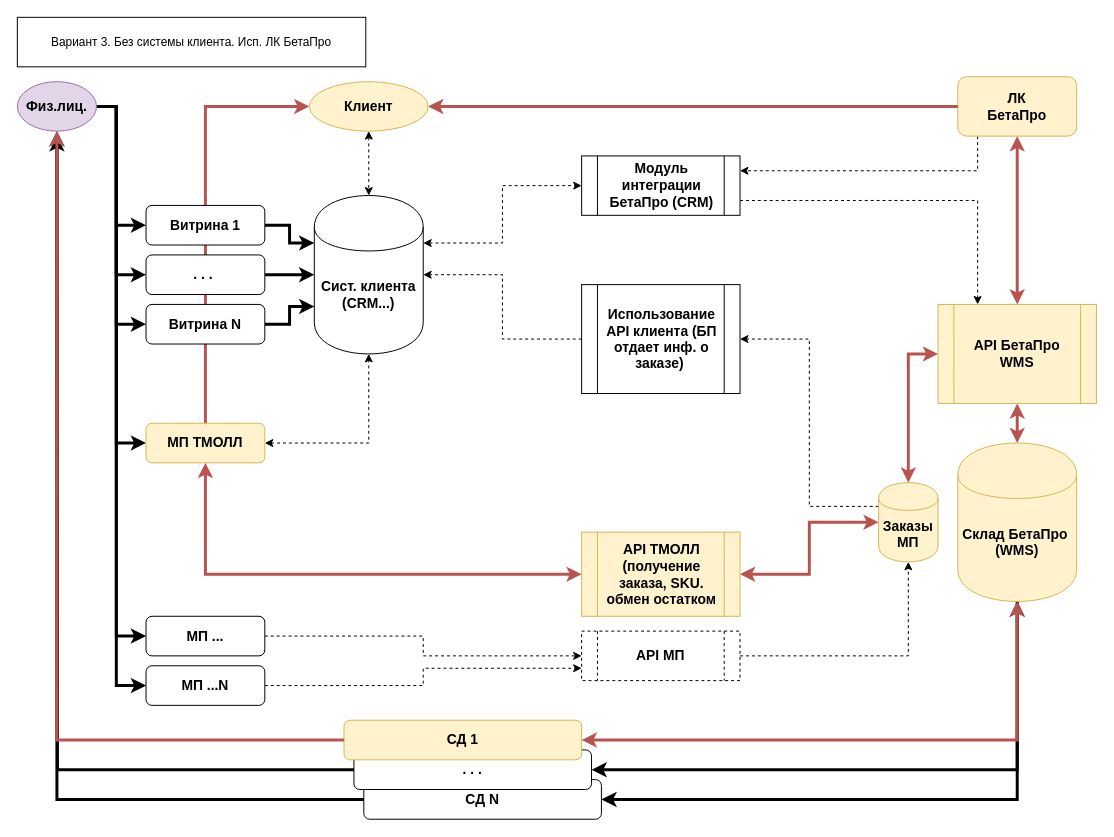
Earlier version of the draw.io diagram page "Ex_NOSYS_CL" (3 of 5) of diag_1.drawio (BetaproRep/DOC_1). Source tidied: cells renumbered, new cells numbered last; positions are measured from the earlier drawing's top-left corner, leaving out a move shared by most shapes. Both pictures are drawn from the tidied source at 99%, with x=0, y=0 at pixel (17, 17).
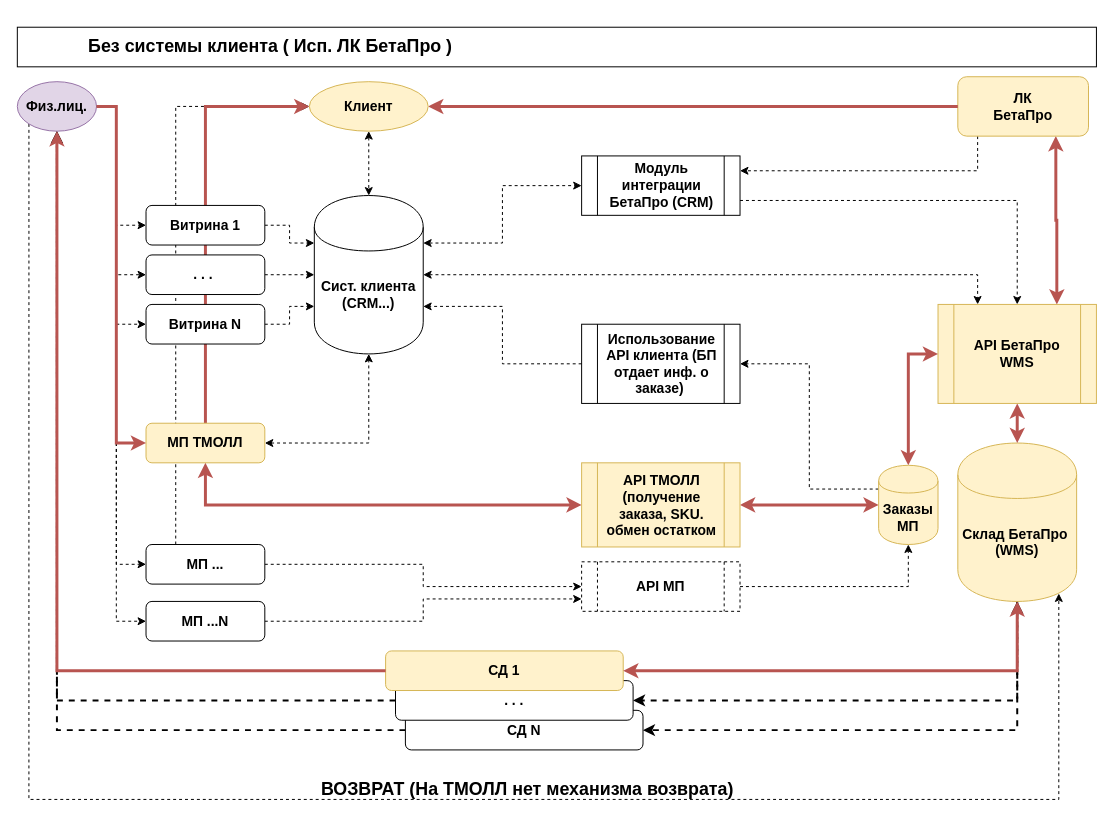
The same page after the edit.

The change refers to these unchanged cells:
```xml
<mxCell id="10" value="&lt;font style=&quot;font-size: 14px&quot;&gt;&lt;b&gt;Сист. клиента (CRM...)&lt;/b&gt;&lt;/font&gt;" style="shape=cylinder;whiteSpace=wrap;html=1;boundedLbl=1;backgroundOutline=1;" parent="1" vertex="1">
  <mxGeometry x="300" y="180" width="110" height="160" as="geometry" />
</mxCell>
<mxCell id="16" value="&lt;font style=&quot;font-size: 14px&quot;&gt;&lt;b&gt;Склад&amp;nbsp;&lt;/b&gt;&lt;b&gt;БетаПро&amp;nbsp;&lt;br&gt;(WMS)&lt;/b&gt;&lt;/font&gt;" style="shape=cylinder;whiteSpace=wrap;html=1;boundedLbl=1;backgroundOutline=1;fillColor=#fff2cc;strokeColor=#d6b656;" parent="1" vertex="1">
  <mxGeometry x="950" y="430" width="120" height="160" as="geometry" />
</mxCell>
<mxCell id="23" value="&lt;b&gt;&lt;font style=&quot;font-size: 14px&quot;&gt;МП ТМОЛЛ&lt;/font&gt;&lt;/b&gt;" style="shape=ext;rounded=1;html=1;whiteSpace=wrap;fillColor=#fff2cc;strokeColor=#d6b656;" parent="1" vertex="1">
  <mxGeometry x="130" y="410" width="120" height="40" as="geometry" />
</mxCell>
<mxCell id="25" value="&lt;span style=&quot;font-size: 14px ; white-space: normal&quot;&gt;&lt;b&gt;API БетаПро &lt;br&gt;WMS&lt;/b&gt;&lt;/span&gt;" style="shape=process;whiteSpace=wrap;html=1;backgroundOutline=1;align=center;fillColor=#fff2cc;strokeColor=#d6b656;" parent="1" vertex="1">
  <mxGeometry x="930" y="290" width="160" height="100" as="geometry" />
</mxCell>
<mxCell id="27" value="&lt;font style=&quot;font-size: 14px&quot;&gt;&lt;b&gt;Витрина N&lt;/b&gt;&lt;/font&gt;" style="shape=ext;rounded=1;html=1;whiteSpace=wrap;" parent="1" vertex="1">
  <mxGeometry x="130" y="290" width="120" height="40" as="geometry" />
</mxCell>
<mxCell id="33" value="&lt;div style=&quot;text-align: center&quot;&gt;&lt;span style=&quot;font-size: 14px&quot;&gt;&lt;b&gt;Модуль интеграции БетаПро (CRM)&lt;/b&gt;&lt;/span&gt;&lt;/div&gt;" style="shape=process;whiteSpace=wrap;html=1;backgroundOutline=1;align=left;" parent="1" vertex="1">
  <mxGeometry x="570" y="140" width="160" height="60" as="geometry" />
</mxCell>
<mxCell id="40" value="&lt;b&gt;&lt;font style=&quot;font-size: 14px&quot;&gt;Клиент&lt;/font&gt;&lt;/b&gt;" style="ellipse;whiteSpace=wrap;html=1;fillColor=#fff2cc;strokeColor=#d6b656;" parent="1" vertex="1">
  <mxGeometry x="295" y="65" width="120" height="50" as="geometry" />
</mxCell>
<mxCell id="41" value="&lt;b&gt;&lt;font style=&quot;font-size: 14px&quot;&gt;Физ.лиц.&lt;/font&gt;&lt;/b&gt;" style="ellipse;whiteSpace=wrap;html=1;fillColor=#e1d5e7;strokeColor=#9673a6;" parent="1" vertex="1">
  <mxGeometry y="65" width="80" height="50" as="geometry" />
</mxCell>
<mxCell id="50" value="&lt;font style=&quot;font-size: 14px&quot;&gt;&lt;b&gt;. . .&amp;nbsp;&lt;/b&gt;&lt;/font&gt;" style="shape=ext;rounded=1;html=1;whiteSpace=wrap;" parent="1" vertex="1">
  <mxGeometry x="130" y="240" width="120" height="40" as="geometry" />
</mxCell>
<mxCell id="51" value="&lt;font style=&quot;font-size: 14px&quot;&gt;&lt;b&gt;Витрина 1&lt;/b&gt;&lt;/font&gt;" style="shape=ext;rounded=1;html=1;whiteSpace=wrap;" parent="1" vertex="1">
  <mxGeometry x="130" y="190" width="120" height="40" as="geometry" />
</mxCell>
```

Change to the diagram source:
```diff
@@
+    <mxCell id="55" style="edgeStyle=orthogonalEdgeStyle;rounded=0;jettySize=auto;html=1;exitX=0.25;exitY=0;exitDx=0;exitDy=0;entryX=0;entryY=0.5;entryDx=0;entryDy=0;dashed=1;startArrow=none;startFill=0;endArrow=classic;endFill=1;strokeColor=#000000;strokeWidth=1;" parent="1" edge="1" source="29" target="40">
+      <mxGeometry relative="1" as="geometry" />
+    </mxCell>
-    <mxCell id="2" style="edgeStyle=orthogonalEdgeStyle;rounded=0;jettySize=auto;html=1;exitX=1;exitY=0.5;exitDx=0;exitDy=0;entryX=0;entryY=0.5;entryDx=0;entryDy=0;strokeWidth=3;" parent="1" edge="1" source="41" target="51">
+    <mxCell id="2" style="edgeStyle=orthogonalEdgeStyle;rounded=0;jettySize=auto;html=1;exitX=1;exitY=0.5;exitDx=0;exitDy=0;entryX=0;entryY=0.5;entryDx=0;entryDy=0;strokeWidth=1;dashed=1;" parent="1" edge="1" source="41" target="51">
       <mxGeometry relative="1" as="geometry">
         <Array as="points">
           <mxPoint x="100" y="90" />
           <mxPoint x="100" y="210" />
         </Array>
       </mxGeometry>
     </mxCell>
-    <mxCell id="3" style="edgeStyle=orthogonalEdgeStyle;rounded=0;jettySize=auto;html=1;exitX=1;exitY=0.5;exitDx=0;exitDy=0;entryX=0;entryY=0.5;entryDx=0;entryDy=0;strokeWidth=3;" parent="1" edge="1" source="41" target="50">
+    <mxCell id="3" style="edgeStyle=orthogonalEdgeStyle;rounded=0;jettySize=auto;html=1;exitX=1;exitY=0.5;exitDx=0;exitDy=0;entryX=0;entryY=0.5;entryDx=0;entryDy=0;strokeWidth=1;dashed=1;" parent="1" edge="1" source="41" target="50">
       <mxGeometry relative="1" as="geometry">
         <Array as="points">
           <mxPoint x="100" y="90" />
           <mxPoint x="100" y="260" />
         </Array>
       </mxGeometry>
     </mxCell>
-    <mxCell id="4" style="edgeStyle=orthogonalEdgeStyle;rounded=0;jettySize=auto;html=1;exitX=1;exitY=0.5;exitDx=0;exitDy=0;entryX=0;entryY=0.5;entryDx=0;entryDy=0;strokeWidth=3;" parent="1" edge="1" source="41" target="23">
-      <mxGeometry relative="1" as="geometry">
-        <Array as="points">
-          <mxPoint x="100" y="90" />
-          <mxPoint x="100" y="430" />
-        </Array>
-      </mxGeometry>
-    </mxCell>
-    <mxCell id="5" style="edgeStyle=orthogonalEdgeStyle;rounded=0;jettySize=auto;html=1;exitX=1;exitY=0.5;exitDx=0;exitDy=0;entryX=0;entryY=0.5;entryDx=0;entryDy=0;startArrow=none;startFill=0;endArrow=classic;endFill=1;strokeWidth=3;" parent="1" edge="1" source="41" target="27">
+    <mxCell id="5" style="edgeStyle=orthogonalEdgeStyle;rounded=0;jettySize=auto;html=1;exitX=1;exitY=0.5;exitDx=0;exitDy=0;entryX=0;entryY=0.5;entryDx=0;entryDy=0;startArrow=none;startFill=0;endArrow=classic;endFill=1;strokeWidth=1;dashed=1;" parent="1" edge="1" source="41" target="27">
       <mxGeometry relative="1" as="geometry">
         <Array as="points">
           <mxPoint x="100" y="90" />
           <mxPoint x="100" y="310" />
         </Array>
       </mxGeometry>
     </mxCell>
-    <mxCell id="6" style="edgeStyle=orthogonalEdgeStyle;rounded=0;jettySize=auto;html=1;exitX=1;exitY=0.5;exitDx=0;exitDy=0;entryX=0;entryY=0.5;entryDx=0;entryDy=0;startArrow=none;startFill=0;endArrow=classic;endFill=1;strokeWidth=3;" parent="1" edge="1" source="41" target="29">
+    <mxCell id="6" style="edgeStyle=orthogonalEdgeStyle;rounded=0;jettySize=auto;html=1;exitX=1;exitY=0.5;exitDx=0;exitDy=0;entryX=0;entryY=0.5;entryDx=0;entryDy=0;startArrow=none;startFill=0;endArrow=classic;endFill=1;strokeWidth=1;dashed=1;" parent="1" edge="1" source="41" target="29">
       <mxGeometry relative="1" as="geometry">
         <Array as="points">
           <mxPoint x="100" y="90" />
-          <mxPoint x="100" y="625" />
+          <mxPoint x="100" y="552" />
         </Array>
       </mxGeometry>
     </mxCell>
-    <mxCell id="7" style="edgeStyle=orthogonalEdgeStyle;rounded=0;jettySize=auto;html=1;exitX=1;exitY=0.5;exitDx=0;exitDy=0;entryX=0;entryY=0.5;entryDx=0;entryDy=0;startArrow=none;startFill=0;endArrow=classic;endFill=1;strokeWidth=3;" parent="1" edge="1" source="41" target="31">
+    <mxCell id="7" style="edgeStyle=orthogonalEdgeStyle;rounded=0;jettySize=auto;html=1;exitX=1;exitY=0.5;exitDx=0;exitDy=0;entryX=0;entryY=0.5;entryDx=0;entryDy=0;startArrow=none;startFill=0;endArrow=classic;endFill=1;strokeWidth=1;dashed=1;" parent="1" edge="1" source="41" target="31">
       <mxGeometry relative="1" as="geometry">
         <Array as="points">
           <mxPoint x="100" y="90" />
-          <mxPoint x="100" y="675" />
+          <mxPoint x="100" y="610" />
         </Array>
       </mxGeometry>
     </mxCell>
-    <mxCell id="8" style="edgeStyle=orthogonalEdgeStyle;rounded=0;jettySize=auto;html=1;exitX=1;exitY=0.5;exitDx=0;exitDy=0;entryX=0;entryY=0.3;entryDx=0;entryDy=0;strokeWidth=3;" parent="1" edge="1" source="51" target="10">
+    <mxCell id="8" style="edgeStyle=orthogonalEdgeStyle;rounded=0;jettySize=auto;html=1;exitX=1;exitY=0.5;exitDx=0;exitDy=0;entryX=0;entryY=0.3;entryDx=0;entryDy=0;strokeWidth=1;dashed=1;" parent="1" edge="1" source="51" target="10">
       <mxGeometry relative="1" as="geometry" />
     </mxCell>
@@
+    <mxCell id="56" style="edgeStyle=orthogonalEdgeStyle;rounded=0;jettySize=auto;html=1;exitX=1;exitY=0.5;exitDx=0;exitDy=0;entryX=0.25;entryY=0;entryDx=0;entryDy=0;dashed=1;startArrow=classic;startFill=1;endArrow=classic;endFill=1;strokeColor=#000000;strokeWidth=1;" parent="1" edge="1" source="10" target="25">
+      <mxGeometry relative="1" as="geometry" />
+    </mxCell>
@@
-    <mxCell id="11" style="edgeStyle=orthogonalEdgeStyle;rounded=0;jettySize=auto;html=1;exitX=0;exitY=0.5;exitDx=0;exitDy=0;strokeWidth=3;entryX=0.5;entryY=1;entryDx=0;entryDy=0;" parent="1" edge="1" source="12" target="41">
+    <mxCell id="11" style="edgeStyle=orthogonalEdgeStyle;rounded=0;jettySize=auto;html=1;exitX=0;exitY=0.5;exitDx=0;exitDy=0;strokeWidth=2;entryX=0.5;entryY=1;entryDx=0;entryDy=0;dashed=1;" parent="1" edge="1" source="12" target="41">
       <mxGeometry relative="1" as="geometry" />
     </mxCell>
     <mxCell id="12" value="&lt;font style=&quot;font-size: 14px&quot;&gt;&lt;b&gt;СД N&lt;/b&gt;&lt;/font&gt;" style="html=1;whiteSpace=wrap;rounded=1;" parent="1" vertex="1">
-      <mxGeometry x="350" y="770" width="240" height="40" as="geometry" />
+      <mxGeometry x="392" y="700" width="240" height="40" as="geometry" />
     </mxCell>
-    <mxCell id="13" style="edgeStyle=orthogonalEdgeStyle;rounded=0;jettySize=auto;html=1;exitX=0.5;exitY=0;exitDx=0;exitDy=0;entryX=0.5;entryY=1;entryDx=0;entryDy=0;endArrow=classic;endFill=1;startArrow=classic;startFill=1;strokeWidth=3;fillColor=#f8cecc;strokeColor=#b85450;" parent="1" edge="1" source="25" target="18">
+    <mxCell id="13" style="edgeStyle=orthogonalEdgeStyle;rounded=0;jettySize=auto;html=1;exitX=0.75;exitY=0;exitDx=0;exitDy=0;entryX=0.75;entryY=1;entryDx=0;entryDy=0;endArrow=classic;endFill=1;startArrow=classic;startFill=1;strokeWidth=3;fillColor=#f8cecc;strokeColor=#b85450;" parent="1" edge="1" source="25" target="18">
       <mxGeometry relative="1" as="geometry" />
     </mxCell>
-    <mxCell id="14" style="edgeStyle=orthogonalEdgeStyle;rounded=0;jettySize=auto;html=1;exitX=0.5;exitY=1;exitDx=0;exitDy=0;entryX=1;entryY=0.5;entryDx=0;entryDy=0;startArrow=none;startFill=0;endArrow=classic;endFill=1;strokeWidth=3;" parent="1" edge="1" source="16" target="12">
+    <mxCell id="14" style="edgeStyle=orthogonalEdgeStyle;rounded=0;jettySize=auto;html=1;exitX=0.5;exitY=1;exitDx=0;exitDy=0;entryX=1;entryY=0.5;entryDx=0;entryDy=0;startArrow=none;startFill=0;endArrow=classic;endFill=1;strokeWidth=2;dashed=1;" parent="1" edge="1" source="16" target="12">
       <mxGeometry relative="1" as="geometry" />
     </mxCell>
-    <mxCell id="15" style="edgeStyle=orthogonalEdgeStyle;rounded=0;jettySize=auto;html=1;exitX=0.5;exitY=1;exitDx=0;exitDy=0;entryX=1;entryY=0.5;entryDx=0;entryDy=0;startArrow=classic;startFill=1;endArrow=classic;endFill=1;strokeWidth=3;fillColor=#f8cecc;strokeColor=#000000;" parent="1" edge="1" source="16" target="46">
+    <mxCell id="15" style="edgeStyle=orthogonalEdgeStyle;rounded=0;jettySize=auto;html=1;exitX=0.5;exitY=1;exitDx=0;exitDy=0;entryX=1;entryY=0.5;entryDx=0;entryDy=0;startArrow=classic;startFill=1;endArrow=classic;endFill=1;strokeWidth=2;fillColor=#f8cecc;strokeColor=#000000;dashed=1;" parent="1" edge="1" source="16" target="46">
       <mxGeometry relative="1" as="geometry" />
     </mxCell>
@@
     <mxCell id="18" value="&lt;b&gt;&lt;font style=&quot;font-size: 14px&quot;&gt;ЛК &lt;br&gt;БетаПро&lt;/font&gt;&lt;/b&gt;" style="rounded=1;whiteSpace=wrap;html=1;fillColor=#fff2cc;strokeColor=#d6b656;" parent="1" vertex="1">
-      <mxGeometry x="950" y="60" width="120" height="60" as="geometry" />
+      <mxGeometry x="950" y="60" width="132" height="60" as="geometry" />
     </mxCell>
-    <mxCell id="19" style="edgeStyle=orthogonalEdgeStyle;rounded=0;jettySize=auto;html=1;exitX=1;exitY=0.5;exitDx=0;exitDy=0;strokeWidth=3;" parent="1" edge="1" source="50" target="10">
+    <mxCell id="19" style="edgeStyle=orthogonalEdgeStyle;rounded=0;jettySize=auto;html=1;exitX=1;exitY=0.5;exitDx=0;exitDy=0;strokeWidth=1;dashed=1;" parent="1" edge="1" source="50" target="10">
       <mxGeometry relative="1" as="geometry" />
     </mxCell>
@@
     <mxCell id="21" style="edgeStyle=orthogonalEdgeStyle;rounded=0;jettySize=auto;html=1;entryX=0;entryY=0.5;entryDx=0;entryDy=0;startArrow=classic;startFill=1;exitX=0.5;exitY=1;exitDx=0;exitDy=0;fillColor=#f8cecc;strokeColor=#b85450;strokeWidth=3;" parent="1" edge="1" source="23" target="37">
       <mxGeometry relative="1" as="geometry">
         <Array as="points">
-          <mxPoint x="190" y="562" />
+          <mxPoint x="190" y="493" />
         </Array>
       </mxGeometry>
     </mxCell>
@@
-    <mxCell id="26" style="edgeStyle=orthogonalEdgeStyle;rounded=0;jettySize=auto;html=1;exitX=1;exitY=0.5;exitDx=0;exitDy=0;entryX=0;entryY=0.7;entryDx=0;entryDy=0;startArrow=none;startFill=0;endArrow=classic;endFill=1;strokeWidth=3;" parent="1" edge="1" source="27" target="10">
+    <mxCell id="26" style="edgeStyle=orthogonalEdgeStyle;rounded=0;jettySize=auto;html=1;exitX=1;exitY=0.5;exitDx=0;exitDy=0;entryX=0;entryY=0.7;entryDx=0;entryDy=0;startArrow=none;startFill=0;endArrow=classic;endFill=1;strokeWidth=1;dashed=1;" parent="1" edge="1" source="27" target="10">
       <mxGeometry relative="1" as="geometry" />
     </mxCell>
@@
     <mxCell id="29" value="&lt;b&gt;&lt;font style=&quot;font-size: 14px&quot;&gt;МП ...&lt;/font&gt;&lt;/b&gt;" style="shape=ext;rounded=1;html=1;whiteSpace=wrap;" parent="1" vertex="1">
-      <mxGeometry x="130" y="605" width="120" height="40" as="geometry" />
+      <mxGeometry x="130" y="532.5" width="120" height="40" as="geometry" />
     </mxCell>
@@
     <mxCell id="31" value="&lt;b&gt;&lt;font style=&quot;font-size: 14px&quot;&gt;МП ...N&lt;/font&gt;&lt;/b&gt;" style="shape=ext;rounded=1;html=1;whiteSpace=wrap;" parent="1" vertex="1">
-      <mxGeometry x="130" y="655" width="120" height="40" as="geometry" />
+      <mxGeometry x="130" y="590" width="120" height="40" as="geometry" />
     </mxCell>
-    <mxCell id="32" style="edgeStyle=orthogonalEdgeStyle;rounded=0;jettySize=auto;html=1;exitX=1;exitY=0.75;exitDx=0;exitDy=0;entryX=0.25;entryY=0;entryDx=0;entryDy=0;startArrow=none;startFill=0;endArrow=classic;endFill=1;strokeWidth=1;fillColor=#f8cecc;strokeColor=#000000;dashed=1;" parent="1" edge="1" source="33" target="25">
+    <mxCell id="32" style="edgeStyle=orthogonalEdgeStyle;rounded=0;jettySize=auto;html=1;exitX=1;exitY=0.75;exitDx=0;exitDy=0;entryX=0.5;entryY=0;entryDx=0;entryDy=0;startArrow=none;startFill=0;endArrow=classic;endFill=1;strokeWidth=1;fillColor=#f8cecc;strokeColor=#000000;dashed=1;" parent="1" edge="1" source="33" target="25">
       <mxGeometry relative="1" as="geometry">
         <Array as="points">
-          <mxPoint x="970" y="185" />
+          <mxPoint x="1010" y="185" />
         </Array>
       </mxGeometry>
     </mxCell>
@@
     <mxCell id="34" value="&lt;div style=&quot;text-align: center&quot;&gt;&lt;span style=&quot;font-size: 14px&quot;&gt;&lt;b&gt;Использование API клиента (БП отдает инф. о заказе)&amp;nbsp;&lt;/b&gt;&lt;/span&gt;&lt;/div&gt;" style="shape=process;whiteSpace=wrap;html=1;backgroundOutline=1;align=left;" parent="1" vertex="1">
-      <mxGeometry x="570" y="270" width="160" height="110" as="geometry" />
+      <mxGeometry x="570" y="310" width="160" height="80" as="geometry" />
     </mxCell>
-    <mxCell id="35" style="edgeStyle=orthogonalEdgeStyle;rounded=0;jettySize=auto;html=1;entryX=1;entryY=0.5;entryDx=0;entryDy=0;startArrow=none;startFill=0;endArrow=classic;endFill=1;strokeWidth=1;exitX=0;exitY=0.5;exitDx=0;exitDy=0;fillColor=#f8cecc;strokeColor=#000000;dashed=1;" parent="1" edge="1" source="34" target="10">
+    <mxCell id="35" style="edgeStyle=orthogonalEdgeStyle;rounded=0;jettySize=auto;html=1;entryX=1;entryY=0.7;entryDx=0;entryDy=0;startArrow=none;startFill=0;endArrow=classic;endFill=1;strokeWidth=1;exitX=0;exitY=0.5;exitDx=0;exitDy=0;fillColor=#f8cecc;strokeColor=#000000;dashed=1;" parent="1" edge="1" source="34" target="10">
       <mxGeometry relative="1" as="geometry" />
     </mxCell>
@@
     <mxCell id="37" value="&lt;div style=&quot;text-align: center&quot;&gt;&lt;span style=&quot;font-size: 14px&quot;&gt;&lt;b&gt;API ТМОЛЛ (получение заказа, SKU. обмен остатком&lt;/b&gt;&lt;/span&gt;&lt;/div&gt;" style="shape=process;whiteSpace=wrap;html=1;backgroundOutline=1;align=left;fillColor=#fff2cc;strokeColor=#d6b656;" parent="1" vertex="1">
-      <mxGeometry x="570" y="520" width="160" height="85" as="geometry" />
+      <mxGeometry x="570" y="450" width="160" height="85" as="geometry" />
     </mxCell>
@@
+    <mxCell id="57" style="edgeStyle=orthogonalEdgeStyle;rounded=0;jettySize=auto;html=1;exitX=0;exitY=1;exitDx=0;exitDy=0;entryX=0.85;entryY=0.95;entryDx=0;entryDy=0;entryPerimeter=0;dashed=1;startArrow=none;startFill=0;endArrow=classic;endFill=1;strokeColor=#000000;strokeWidth=1;" parent="1" edge="1" source="41" target="16">
+      <mxGeometry relative="1" as="geometry">
+        <Array as="points">
+          <mxPoint x="12" y="790" />
+          <mxPoint x="1052" y="790" />
+        </Array>
+      </mxGeometry>
+    </mxCell>
@@
     <mxCell id="44" value="&lt;b&gt;&lt;font style=&quot;font-size: 14px&quot;&gt;Заказы МП&lt;/font&gt;&lt;/b&gt;" style="shape=cylinder;whiteSpace=wrap;html=1;boundedLbl=1;backgroundOutline=1;fillColor=#fff2cc;strokeColor=#d6b656;" parent="1" vertex="1">
-      <mxGeometry x="870" y="470" width="60" height="80" as="geometry" />
+      <mxGeometry x="870" y="452.5" width="60" height="80" as="geometry" />
     </mxCell>
-    <mxCell id="45" style="edgeStyle=orthogonalEdgeStyle;rounded=0;jettySize=auto;html=1;exitX=0;exitY=0.5;exitDx=0;exitDy=0;startArrow=none;startFill=0;endArrow=classic;endFill=1;strokeWidth=3;" parent="1" edge="1" source="46">
-      <mxGeometry relative="1" as="geometry">
-        <mxPoint x="40" y="120" as="targetPoint" />
-      </mxGeometry>
+    <mxCell id="45" style="edgeStyle=orthogonalEdgeStyle;rounded=0;jettySize=auto;html=1;exitX=0;exitY=0.5;exitDx=0;exitDy=0;startArrow=none;startFill=0;endArrow=classic;endFill=1;strokeWidth=2;entryX=0.5;entryY=1;entryDx=0;entryDy=0;dashed=1;" parent="1" edge="1" source="46" target="41">
+      <mxGeometry relative="1" as="geometry" />
     </mxCell>
     <mxCell id="46" value="&lt;span style=&quot;font-size: 14px&quot;&gt;&lt;b&gt;. . .&lt;/b&gt;&lt;/span&gt;" style="html=1;whiteSpace=wrap;rounded=1;" parent="1" vertex="1">
-      <mxGeometry x="340" y="740" width="240" height="40" as="geometry" />
+      <mxGeometry x="382" y="670" width="240" height="40" as="geometry" />
     </mxCell>
@@
     <mxCell id="48" value="&lt;div&gt;&lt;span style=&quot;font-size: 14px&quot;&gt;&lt;b&gt;API МП&lt;/b&gt;&lt;/span&gt;&lt;/div&gt;" style="shape=process;whiteSpace=wrap;html=1;backgroundOutline=1;align=center;dashed=1;" parent="1" vertex="1">
-      <mxGeometry x="570" y="620" width="160" height="50" as="geometry" />
+      <mxGeometry x="570" y="550" width="160" height="50" as="geometry" />
     </mxCell>
     <mxCell id="49" value="&lt;font style=&quot;font-size: 14px&quot;&gt;&lt;b&gt;СД 1&lt;/b&gt;&lt;/font&gt;" style="html=1;whiteSpace=wrap;rounded=1;fillColor=#fff2cc;strokeColor=#d6b656;" parent="1" vertex="1">
-      <mxGeometry x="330" y="710" width="240" height="40" as="geometry" />
+      <mxGeometry x="372" y="640" width="240" height="40" as="geometry" />
     </mxCell>
@@
-    <mxCell id="54" value="Вариант 3. Без системы клиента. Исп. ЛК БетаПро" style="rounded=0;whiteSpace=wrap;html=1;" parent="1" vertex="1">
-      <mxGeometry width="352" height="50" as="geometry" />
-    </mxCell>
+    <mxCell id="58" value="&lt;div&gt;&lt;b&gt;&lt;font style=&quot;font-size: 18px&quot;&gt;&amp;nbsp; &amp;nbsp; &amp;nbsp; &amp;nbsp; &amp;nbsp; &amp;nbsp; &amp;nbsp; Без системы клиента ( Исп. ЛК БетаПро )&lt;/font&gt;&lt;/b&gt;&lt;/div&gt;" style="rounded=0;whiteSpace=wrap;html=1;gradientColor=#ffffff;align=left;" parent="1" vertex="1">
+      <mxGeometry y="10" width="1090" height="40" as="geometry" />
+    </mxCell>
+    <mxCell id="59" value="&lt;font style=&quot;font-size: 18px&quot;&gt;&lt;b&gt;ВОЗВРАТ (На ТМОЛЛ нет механизма возврата)&lt;/b&gt;&lt;/font&gt;" style="text;html=1;align=center;verticalAlign=middle;" parent="1" vertex="1">
+      <mxGeometry x="300" y="770" width="430" height="20" as="geometry" />
+    </mxCell>
+    <mxCell id="4" style="edgeStyle=orthogonalEdgeStyle;rounded=0;jettySize=auto;html=1;exitX=1;exitY=0.5;exitDx=0;exitDy=0;entryX=0;entryY=0.5;entryDx=0;entryDy=0;strokeWidth=3;fillColor=#f8cecc;strokeColor=#b85450;" parent="1" edge="1" source="41" target="23">
+      <mxGeometry relative="1" as="geometry">
+        <Array as="points">
+          <mxPoint x="100" y="90" />
+          <mxPoint x="100" y="430" />
+        </Array>
+      </mxGeometry>
+    </mxCell>
```
